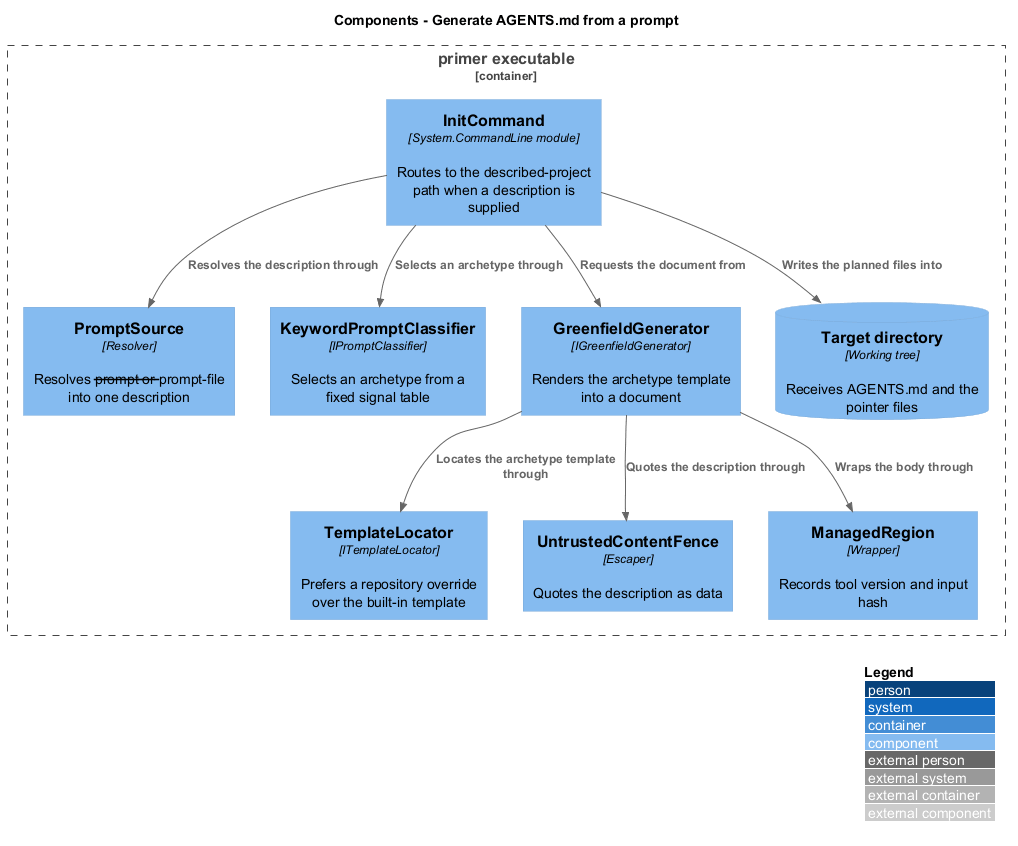
Before: docs/detailed-designs/agent-file-generation/generate-from-prompt/diagrams/c4-component.png, a diagram exported from PlantUML (QuinntyneBrown/primer).
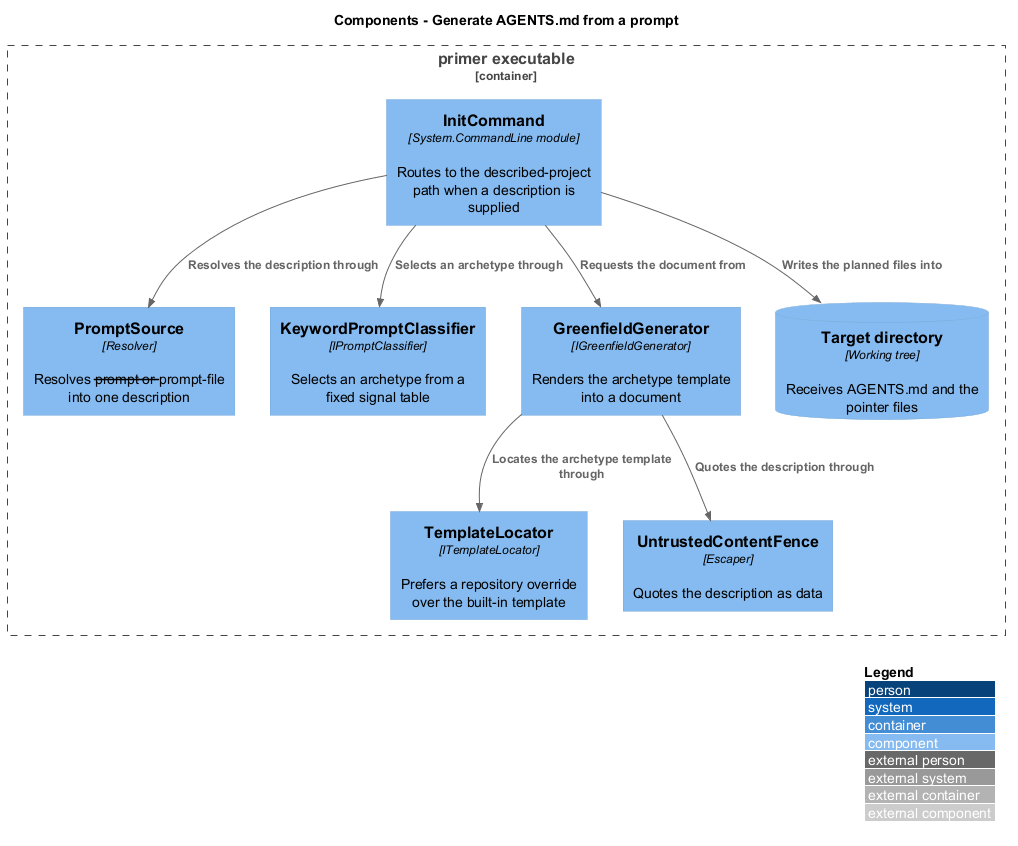
The same file after the commit.

Diff of the diagram source:
```diff
@@ -10,7 +10,6 @@
   Component(generator, "GreenfieldGenerator", "IGreenfieldGenerator", "Renders the archetype template into a document")
   Component(locator, "TemplateLocator", "ITemplateLocator", "Prefers a repository override over the built-in template")
   Component(fence, "UntrustedContentFence", "Escaper", "Quotes the description as data")
-  Component(region, "ManagedRegion", "Wrapper", "Records tool version and input hash")
   ComponentDb(target, "Target directory", "Working tree", "Receives AGENTS.md and the pointer files")
 }
 
@@ -19,6 +18,5 @@
 Rel(init, generator, "Requests the document from")
 Rel(generator, locator, "Locates the archetype template through")
 Rel(generator, fence, "Quotes the description through")
-Rel(generator, region, "Wraps the body through")
 Rel(init, target, "Writes the planned files into")
 @enduml
```
